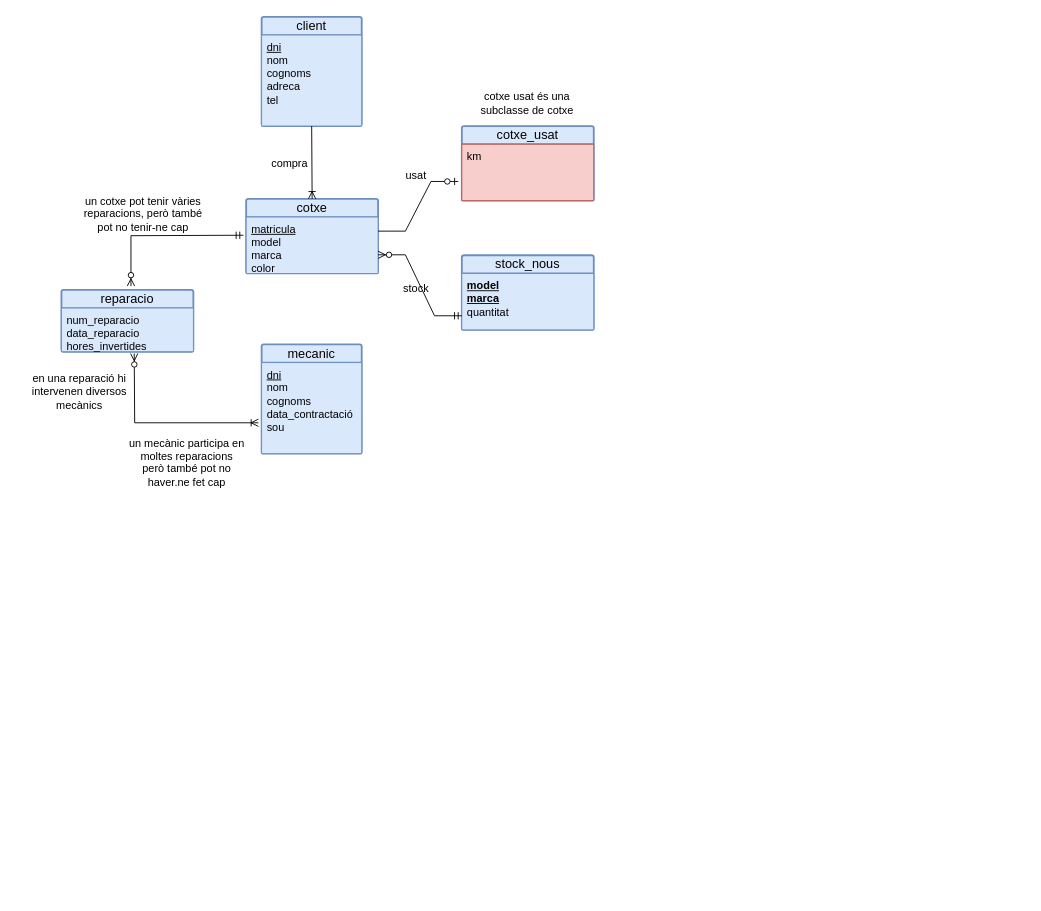
Above: ex4_concessionari v2.drawio in victor06-git/Progam_with_Victor (draw.io), before the change. Source tidied: cells renumbered, new cells numbered last; positions are measured from the earlier drawing's top-left corner, leaving out a move shared by most shapes. Both pictures are drawn from the tidied source at 91%, with x=0, y=0 at pixel (15, 16).
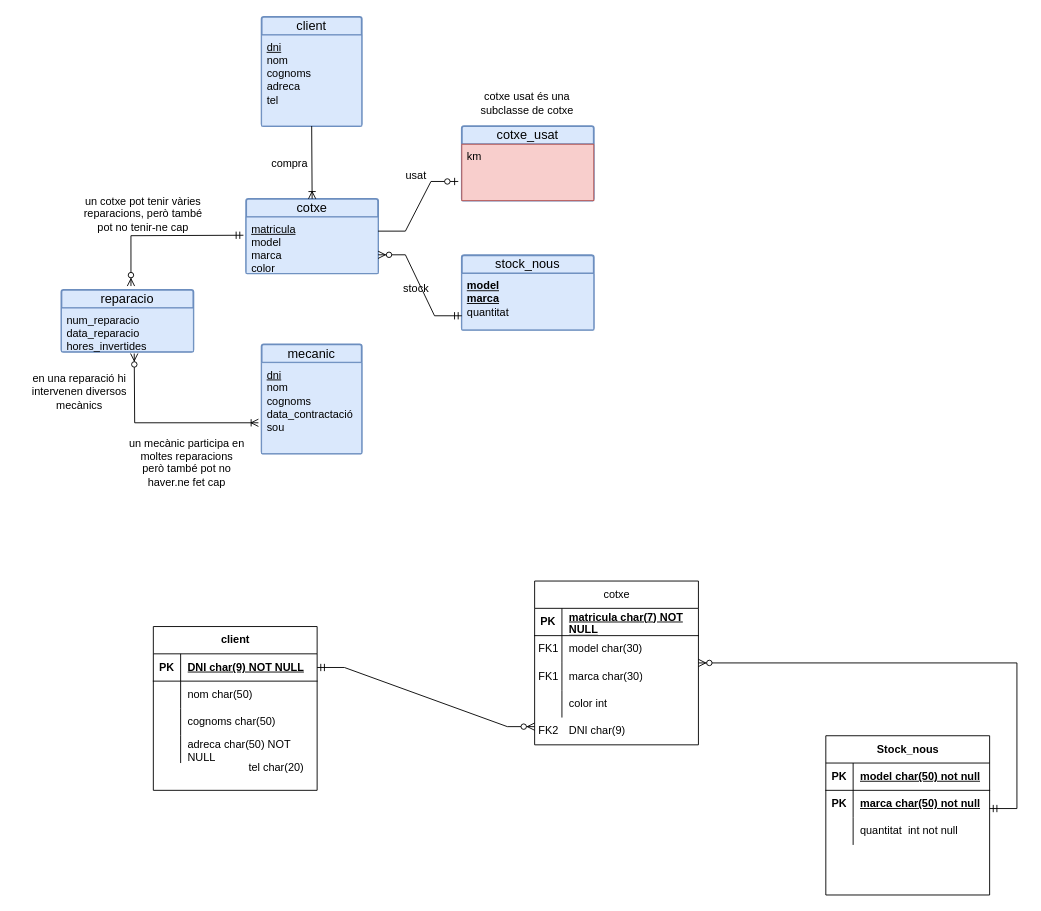
After the change.

Diff of the diagram source:
```diff
@@
+    <mxCell id="28" value="cotxe" style="shape=table;startSize=30;childLayout=tableLayout;rowLines=0;fontStyle=0;align=center;html=1;" parent="1" vertex="1">
+      <mxGeometry x="570" y="620" width="180" height="180" as="geometry" />
+    </mxCell>
+    <mxCell id="29" style="shape=tableRow;horizontal=0;startSize=0;swimlaneHead=0;swimlaneBody=0;fillColor=none;top=0;left=0;right=0;bottom=1;" parent="28" vertex="1">
+      <mxGeometry y="30" width="180" height="30" as="geometry" />
+    </mxCell>
+    <mxCell id="30" value="PK" style="shape=partialRectangle;fillColor=none;top=0;left=0;bottom=0;right=0;fontStyle=1;overflow=hidden;whiteSpace=wrap;html=1;" parent="29" vertex="1">
+      <mxGeometry width="30" height="30" as="geometry" />
+    </mxCell>
+    <mxCell id="31" value="matricula char(7) NOT NULL" style="shape=partialRectangle;fillColor=none;top=0;left=0;bottom=0;right=0;align=left;spacingLeft=6;fontStyle=5;overflow=hidden;whiteSpace=wrap;html=1;" parent="29" vertex="1">
+      <mxGeometry x="30" width="150" height="30" as="geometry" />
+    </mxCell>
+    <mxCell id="32" style="shape=tableRow;horizontal=0;startSize=0;swimlaneHead=0;swimlaneBody=0;fillColor=none;points=[[0,0.5],[1,0.5]];portConstraint=eastwest;top=0;left=0;right=0;bottom=0;" parent="28" vertex="1">
+      <mxGeometry y="60" width="180" height="30" as="geometry" />
+    </mxCell>
+    <mxCell id="33" style="shape=partialRectangle;fillColor=none;top=0;left=0;bottom=0;right=0;overflow=hidden;whiteSpace=wrap;html=1;" parent="32" vertex="1">
+      <mxGeometry width="30" height="30" as="geometry" />
+    </mxCell>
+    <mxCell id="34" value="model char(30)" style="shape=partialRectangle;fillColor=none;top=0;left=0;bottom=0;right=0;align=left;spacingLeft=6;overflow=hidden;whiteSpace=wrap;html=1;" parent="32" vertex="1">
+      <mxGeometry x="30" width="150" height="30" as="geometry" />
+    </mxCell>
+    <mxCell id="35" style="shape=tableRow;horizontal=0;startSize=0;swimlaneHead=0;swimlaneBody=0;fillColor=none;top=0;left=0;right=0;bottom=0;" parent="28" vertex="1">
+      <mxGeometry y="90" width="180" height="30" as="geometry" />
+    </mxCell>
+    <mxCell id="36" style="shape=partialRectangle;fillColor=none;top=0;left=0;bottom=0;right=0;overflow=hidden;whiteSpace=wrap;html=1;" parent="35" vertex="1">
+      <mxGeometry width="30" height="30" as="geometry" />
+    </mxCell>
+    <mxCell id="37" value="marca char(30)" style="shape=partialRectangle;fillColor=none;top=0;left=0;bottom=0;right=0;align=left;spacingLeft=6;overflow=hidden;whiteSpace=wrap;html=1;" parent="35" vertex="1">
+      <mxGeometry x="30" width="150" height="30" as="geometry" />
+    </mxCell>
+    <mxCell id="38" style="shape=tableRow;horizontal=0;startSize=0;swimlaneHead=0;swimlaneBody=0;fillColor=none;top=0;left=0;right=0;bottom=0;" parent="28" vertex="1">
+      <mxGeometry y="120" width="180" height="30" as="geometry" />
+    </mxCell>
+    <mxCell id="39" style="shape=partialRectangle;fillColor=none;top=0;left=0;bottom=0;right=0;overflow=hidden;whiteSpace=wrap;html=1;" parent="38" vertex="1">
+      <mxGeometry width="30" height="30" as="geometry" />
+    </mxCell>
+    <mxCell id="40" value="color int" style="shape=partialRectangle;fillColor=none;top=0;left=0;bottom=0;right=0;align=left;spacingLeft=6;overflow=hidden;whiteSpace=wrap;html=1;" parent="38" vertex="1">
+      <mxGeometry x="30" width="150" height="30" as="geometry" />
+    </mxCell>
+    <mxCell id="41" value="client" style="shape=table;startSize=30;childLayout=tableLayout;rowLines=0;fontStyle=1;align=center;html=1;" parent="1" vertex="1">
+      <mxGeometry x="151" y="670" width="180" height="180" as="geometry" />
+    </mxCell>
+    <mxCell id="42" style="shape=tableRow;horizontal=0;startSize=0;swimlaneHead=0;swimlaneBody=0;fillColor=none;points=[[0,0.5],[1,0.5]];portConstraint=eastwest;top=0;left=0;right=0;bottom=1;" parent="41" vertex="1">
+      <mxGeometry y="30" width="180" height="30" as="geometry" />
+    </mxCell>
+    <mxCell id="43" value="PK" style="shape=partialRectangle;fillColor=none;top=0;left=0;bottom=0;right=0;fontStyle=1;overflow=hidden;whiteSpace=wrap;html=1;" parent="42" vertex="1">
+      <mxGeometry width="30" height="30" as="geometry" />
+    </mxCell>
+    <mxCell id="44" value="DNI char(9) NOT NULL" style="shape=partialRectangle;fillColor=none;top=0;left=0;bottom=0;right=0;align=left;spacingLeft=6;fontStyle=5;overflow=hidden;whiteSpace=wrap;html=1;" parent="42" vertex="1">
+      <mxGeometry x="30" width="150" height="30" as="geometry" />
+    </mxCell>
+    <mxCell id="45" style="shape=tableRow;horizontal=0;startSize=0;swimlaneHead=0;swimlaneBody=0;fillColor=none;top=0;left=0;right=0;bottom=0;" parent="41" vertex="1">
+      <mxGeometry y="60" width="180" height="30" as="geometry" />
+    </mxCell>
+    <mxCell id="46" style="shape=partialRectangle;fillColor=none;top=0;left=0;bottom=0;right=0;overflow=hidden;whiteSpace=wrap;html=1;" parent="45" vertex="1">
+      <mxGeometry width="30" height="30" as="geometry" />
+    </mxCell>
+    <mxCell id="47" value="nom char(50)&lt;span style=&quot;white-space: pre;&quot;&gt;&#9;&lt;/span&gt;" style="shape=partialRectangle;fillColor=none;top=0;left=0;bottom=0;right=0;align=left;spacingLeft=6;overflow=hidden;whiteSpace=wrap;html=1;" parent="45" vertex="1">
+      <mxGeometry x="30" width="150" height="30" as="geometry" />
+    </mxCell>
+    <mxCell id="48" style="shape=tableRow;horizontal=0;startSize=0;swimlaneHead=0;swimlaneBody=0;fillColor=none;top=0;left=0;right=0;bottom=0;" parent="41" vertex="1">
+      <mxGeometry y="90" width="180" height="30" as="geometry" />
+    </mxCell>
+    <mxCell id="49" style="shape=partialRectangle;fillColor=none;top=0;left=0;bottom=0;right=0;overflow=hidden;whiteSpace=wrap;html=1;" parent="48" vertex="1">
+      <mxGeometry width="30" height="30" as="geometry" />
+    </mxCell>
+    <mxCell id="50" value="cognoms char(50)" style="shape=partialRectangle;fillColor=none;top=0;left=0;bottom=0;right=0;align=left;spacingLeft=6;overflow=hidden;whiteSpace=wrap;html=1;" parent="48" vertex="1">
+      <mxGeometry x="30" width="150" height="30" as="geometry" />
+    </mxCell>
+    <mxCell id="51" style="shape=tableRow;horizontal=0;startSize=0;swimlaneHead=0;swimlaneBody=0;fillColor=none;top=0;left=0;right=0;bottom=0;" parent="41" vertex="1">
+      <mxGeometry y="120" width="180" height="30" as="geometry" />
+    </mxCell>
+    <mxCell id="52" style="shape=partialRectangle;fillColor=none;top=0;left=0;bottom=0;right=0;overflow=hidden;whiteSpace=wrap;html=1;" parent="51" vertex="1">
+      <mxGeometry width="30" height="30" as="geometry" />
+    </mxCell>
+    <mxCell id="53" value="adreca char(50) NOT NULL" style="shape=partialRectangle;fillColor=none;top=0;left=0;bottom=0;right=0;align=left;spacingLeft=6;overflow=hidden;whiteSpace=wrap;html=1;" parent="51" vertex="1">
+      <mxGeometry x="30" width="150" height="30" as="geometry" />
+    </mxCell>
+    <mxCell id="54" value="Stock_nous" style="shape=table;startSize=30;childLayout=tableLayout;rowLines=0;fontStyle=1;align=center;html=1;" parent="1" vertex="1">
+      <mxGeometry x="890" y="790" width="180" height="175" as="geometry" />
+    </mxCell>
+    <mxCell id="55" style="shape=tableRow;horizontal=0;startSize=0;swimlaneHead=0;swimlaneBody=0;fillColor=none;top=0;left=0;right=0;bottom=1;" parent="54" vertex="1">
+      <mxGeometry y="30" width="180" height="30" as="geometry" />
+    </mxCell>
+    <mxCell id="56" value="PK" style="shape=partialRectangle;fillColor=none;top=0;left=0;bottom=0;right=0;fontStyle=1;overflow=hidden;whiteSpace=wrap;html=1;" parent="55" vertex="1">
+      <mxGeometry width="30" height="30" as="geometry" />
+    </mxCell>
+    <mxCell id="57" value="model char(50) not null" style="shape=partialRectangle;fillColor=none;top=0;left=0;bottom=0;right=0;align=left;spacingLeft=6;fontStyle=5;overflow=hidden;whiteSpace=wrap;html=1;" parent="55" vertex="1">
+      <mxGeometry x="30" width="150" height="30" as="geometry" />
+    </mxCell>
+    <mxCell id="58" style="shape=tableRow;horizontal=0;startSize=0;swimlaneHead=0;swimlaneBody=0;fillColor=none;top=0;left=0;right=0;bottom=0;" parent="54" vertex="1">
+      <mxGeometry y="60" width="180" height="30" as="geometry" />
+    </mxCell>
+    <mxCell id="59" style="shape=partialRectangle;fillColor=none;top=0;left=0;bottom=0;right=0;overflow=hidden;whiteSpace=wrap;html=1;" parent="58" vertex="1">
+      <mxGeometry width="30" height="30" as="geometry" />
+    </mxCell>
+    <mxCell id="60" style="shape=partialRectangle;fillColor=none;top=0;left=0;bottom=0;right=0;align=left;spacingLeft=6;overflow=hidden;whiteSpace=wrap;html=1;" parent="58" vertex="1">
+      <mxGeometry x="30" width="150" height="30" as="geometry" />
+    </mxCell>
+    <mxCell id="61" style="shape=tableRow;horizontal=0;startSize=0;swimlaneHead=0;swimlaneBody=0;fillColor=none;top=0;left=0;right=0;bottom=0;" parent="54" vertex="1">
+      <mxGeometry y="90" width="180" height="30" as="geometry" />
+    </mxCell>
+    <mxCell id="62" style="shape=partialRectangle;fillColor=none;top=0;left=0;bottom=0;right=0;overflow=hidden;whiteSpace=wrap;html=1;" parent="61" vertex="1">
+      <mxGeometry width="30" height="30" as="geometry" />
+    </mxCell>
+    <mxCell id="63" value="quantitat&amp;nbsp; int not null" style="shape=partialRectangle;fillColor=none;top=0;left=0;bottom=0;right=0;align=left;spacingLeft=6;overflow=hidden;whiteSpace=wrap;html=1;" parent="61" vertex="1">
+      <mxGeometry x="30" width="150" height="30" as="geometry" />
+    </mxCell>
+    <mxCell id="64" value="tel char(20)" style="shape=partialRectangle;fillColor=none;top=0;left=0;bottom=0;right=0;align=left;spacingLeft=6;overflow=hidden;whiteSpace=wrap;html=1;" parent="1" vertex="1">
+      <mxGeometry x="248" y="810" width="150" height="30" as="geometry" />
+    </mxCell>
+    <mxCell id="65" value="DNI char(9)" style="shape=partialRectangle;fillColor=none;top=0;left=0;bottom=0;right=0;align=left;spacingLeft=6;overflow=hidden;whiteSpace=wrap;html=1;" parent="1" vertex="1">
+      <mxGeometry x="600" y="770" width="150" height="30" as="geometry" />
+    </mxCell>
+    <mxCell id="66" value="FK2" style="text;html=1;align=center;verticalAlign=middle;strokeColor=none;fillColor=none;" parent="1" vertex="1">
+      <mxGeometry x="560" y="770" width="50" height="30" as="geometry" />
+    </mxCell>
+    <mxCell id="67" style="edgeStyle=entityRelationEdgeStyle;fontSize=12;html=1;endArrow=ERzeroToMany;startArrow=ERmandOne;rounded=0;exitX=1;exitY=0.5;exitDx=0;exitDy=0;" parent="1" edge="1" source="42">
+      <mxGeometry relative="1" as="geometry">
+        <mxPoint x="570" y="780" as="targetPoint" />
+      </mxGeometry>
+    </mxCell>
+    <mxCell id="68" value="PK" style="shape=partialRectangle;fillColor=none;top=0;left=0;bottom=0;right=0;fontStyle=1;overflow=hidden;whiteSpace=wrap;html=1;" parent="1" vertex="1">
+      <mxGeometry x="890" y="850" width="30" height="30" as="geometry" />
+    </mxCell>
+    <mxCell id="69" value="marca char(50) not null" style="shape=partialRectangle;fillColor=none;top=0;left=0;bottom=0;right=0;align=left;spacingLeft=6;fontStyle=5;overflow=hidden;whiteSpace=wrap;html=1;" parent="1" vertex="1">
+      <mxGeometry x="920" y="850" width="150" height="30" as="geometry" />
+    </mxCell>
+    <mxCell id="70" value="FK1" style="text;html=1;align=center;verticalAlign=middle;strokeColor=none;fillColor=none;" parent="1" vertex="1">
+      <mxGeometry x="560" y="710" width="50" height="30" as="geometry" />
+    </mxCell>
+    <mxCell id="71" value="FK1" style="text;html=1;align=center;verticalAlign=middle;strokeColor=none;fillColor=none;" parent="1" vertex="1">
+      <mxGeometry x="560" y="680" width="50" height="30" as="geometry" />
+    </mxCell>
+    <mxCell id="72" style="edgeStyle=entityRelationEdgeStyle;fontSize=12;html=1;endArrow=ERzeroToMany;startArrow=ERmandOne;rounded=0;entryX=1;entryY=1;entryDx=0;entryDy=0;entryPerimeter=0;" parent="1" edge="1" target="32">
+      <mxGeometry relative="1" as="geometry">
+        <mxPoint x="1070" y="870" as="sourcePoint" />
+      </mxGeometry>
+    </mxCell>
```
